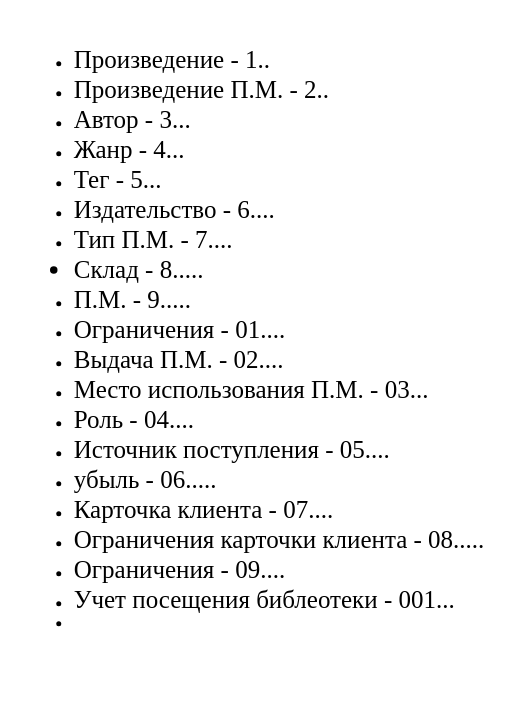
whoIsJhonGalt/repFirst keeps this draw.io diagram as page "Страница — 3" (3 of 3) of Диаграмма без названия.drawio. Above is the earlier version. Source tidied: cells renumbered, new cells numbered last; positions are measured from the earlier drawing's top-left corner, leaving out a move shared by most shapes. Both pictures are drawn from the tidied source at 125%, with x=0, y=0 at pixel (21, 21).
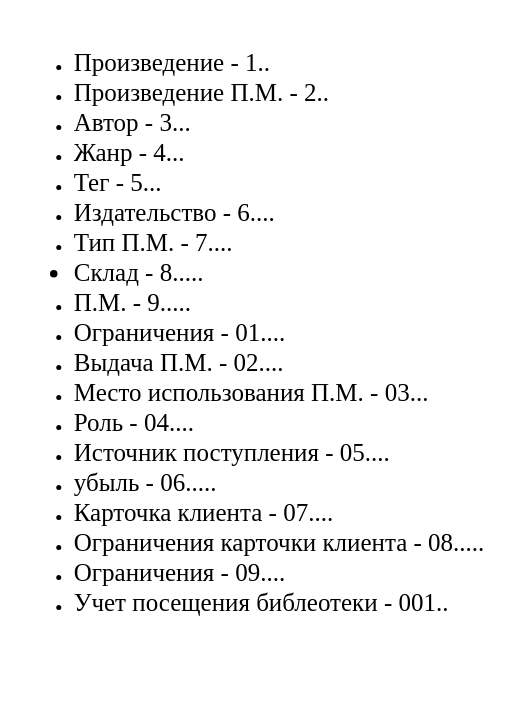
Above is the later version.

Change to the diagram source:
```diff
@@
 <mxGraphModel>
   <root>
     <mxCell id="0" />
     <mxCell id="1" parent="0" />
-    <mxCell id="2" value="&lt;ul&gt;&lt;li&gt;&lt;span style=&quot;background-color: rgb(255, 255, 255);&quot;&gt;&lt;span style=&quot;font-size: 20px;&quot;&gt;Произведение - 1..&lt;/span&gt;&lt;br&gt;&lt;/span&gt;&lt;/li&gt;&lt;li&gt;&lt;span style=&quot;background-color: rgb(255, 255, 255);&quot;&gt;&lt;span style=&quot;font-size: 20px;&quot;&gt;Произведение П.М. - 2..&lt;/span&gt;&lt;br&gt;&lt;/span&gt;&lt;/li&gt;&lt;li&gt;&lt;span style=&quot;background-color: rgb(255, 255, 255);&quot;&gt;&lt;span style=&quot;font-size: 20px;&quot;&gt;Автор - 3...&lt;/span&gt;&lt;br&gt;&lt;/span&gt;&lt;/li&gt;&lt;li&gt;&lt;span style=&quot;background-color: rgb(255, 255, 255);&quot;&gt;&lt;span style=&quot;font-size: 20px;&quot;&gt;Жанр - 4...&lt;/span&gt;&lt;br&gt;&lt;/span&gt;&lt;/li&gt;&lt;li&gt;&lt;span style=&quot;background-color: rgb(255, 255, 255);&quot;&gt;&lt;span style=&quot;font-size: 20px;&quot;&gt;Тег - 5...&lt;/span&gt;&lt;br&gt;&lt;/span&gt;&lt;/li&gt;&lt;li&gt;&lt;span style=&quot;background-color: rgb(255, 255, 255);&quot;&gt;&lt;span style=&quot;font-size: 20px;&quot;&gt;Издательство - 6....&lt;/span&gt;&lt;br&gt;&lt;/span&gt;&lt;/li&gt;&lt;li&gt;&lt;span style=&quot;background-color: rgb(255, 255, 255);&quot;&gt;&lt;span style=&quot;font-size: 20px;&quot;&gt;Тип П.М. - 7....&lt;/span&gt;&lt;br&gt;&lt;/span&gt;&lt;/li&gt;&lt;li style=&quot;font-size: 20px;&quot;&gt;&lt;span style=&quot;background-color: rgb(255, 255, 255);&quot;&gt;Склад - 8.....&lt;br&gt;&lt;/span&gt;&lt;/li&gt;&lt;li&gt;&lt;span style=&quot;background-color: rgb(255, 255, 255);&quot;&gt;&lt;span style=&quot;font-size: 20px;&quot;&gt;П.М. - 9.....&lt;/span&gt;&lt;br&gt;&lt;/span&gt;&lt;/li&gt;&lt;li&gt;&lt;span style=&quot;background-color: rgb(255, 255, 255);&quot;&gt;&lt;span style=&quot;font-size: 20px;&quot;&gt;Ограничения - 01....&lt;/span&gt;&lt;br&gt;&lt;/span&gt;&lt;/li&gt;&lt;li&gt;&lt;span style=&quot;background-color: rgb(255, 255, 255);&quot;&gt;&lt;span style=&quot;font-size: 20px;&quot;&gt;Выдача П.М. - 02....&lt;/span&gt;&lt;br&gt;&lt;/span&gt;&lt;/li&gt;&lt;li&gt;&lt;span style=&quot;background-color: rgb(255, 255, 255);&quot;&gt;&lt;span style=&quot;font-size: 20px;&quot;&gt;Место использования П.М. - 03...&lt;/span&gt;&lt;br&gt;&lt;/span&gt;&lt;/li&gt;&lt;li&gt;&lt;span style=&quot;background-color: rgb(255, 255, 255);&quot;&gt;&lt;span style=&quot;font-size: 20px;&quot;&gt;Роль - 04....&lt;/span&gt;&lt;br&gt;&lt;/span&gt;&lt;/li&gt;&lt;li&gt;&lt;span style=&quot;background-color: rgb(255, 255, 255);&quot;&gt;&lt;span style=&quot;font-size: 20px;&quot;&gt;Источник поступления - 05....&lt;/span&gt;&lt;br&gt;&lt;/span&gt;&lt;/li&gt;&lt;li&gt;&lt;span style=&quot;background-color: rgb(255, 255, 255);&quot;&gt;&lt;span style=&quot;font-size: 20px;&quot;&gt;убыль - 06.....&lt;/span&gt;&lt;br&gt;&lt;/span&gt;&lt;/li&gt;&lt;li&gt;&lt;span style=&quot;background-color: rgb(255, 255, 255);&quot;&gt;&lt;span style=&quot;font-size: 20px;&quot;&gt;Карточка клиента - 07....&lt;/span&gt;&lt;br&gt;&lt;/span&gt;&lt;/li&gt;&lt;li&gt;&lt;span style=&quot;background-color: rgb(255, 255, 255);&quot;&gt;&lt;span style=&quot;font-size: 20px;&quot;&gt;Ограничения карточки клиента - 08.....&lt;/span&gt;&lt;br&gt;&lt;/span&gt;&lt;/li&gt;&lt;li&gt;&lt;span style=&quot;background-color: rgb(255, 255, 255);&quot;&gt;&lt;span style=&quot;font-size: 20px;&quot;&gt;Ограничения - 09....&lt;/span&gt;&lt;br&gt;&lt;/span&gt;&lt;/li&gt;&lt;li&gt;&lt;span style=&quot;background-color: rgb(255, 255, 255);&quot;&gt;&lt;span style=&quot;font-size: 20px;&quot;&gt;Учет посещения библеотеки - 001...&lt;/span&gt;&lt;br&gt;&lt;/span&gt;&lt;/li&gt;&lt;li&gt;&lt;span style=&quot;background-color: rgb(255, 255, 255);&quot;&gt;&lt;br&gt;&lt;/span&gt;&lt;/li&gt;&lt;/ul&gt;&lt;font style=&quot;font-size: 20px;&quot;&gt;&lt;br&gt;&lt;/font&gt;" style="text;html=1;align=left;verticalAlign=middle;strokeColor=none;fillColor=none;fontSize=12;fontFamily=Times New Roman;fontColor=#000000;" parent="1" vertex="1">
-      <mxGeometry width="390" height="530" as="geometry" />
+    <mxCell id="2" value="&lt;ul&gt;&lt;li&gt;&lt;span style=&quot;background-color: rgb(255, 255, 255);&quot;&gt;&lt;span style=&quot;font-size: 20px;&quot;&gt;Произведение - 1..&lt;/span&gt;&lt;br&gt;&lt;/span&gt;&lt;/li&gt;&lt;li&gt;&lt;span style=&quot;background-color: rgb(255, 255, 255);&quot;&gt;&lt;span style=&quot;font-size: 20px;&quot;&gt;Произведение П.М. - 2..&lt;/span&gt;&lt;br&gt;&lt;/span&gt;&lt;/li&gt;&lt;li&gt;&lt;span style=&quot;background-color: rgb(255, 255, 255);&quot;&gt;&lt;span style=&quot;font-size: 20px;&quot;&gt;Автор - 3...&lt;/span&gt;&lt;br&gt;&lt;/span&gt;&lt;/li&gt;&lt;li&gt;&lt;span style=&quot;background-color: rgb(255, 255, 255);&quot;&gt;&lt;span style=&quot;font-size: 20px;&quot;&gt;Жанр - 4...&lt;/span&gt;&lt;br&gt;&lt;/span&gt;&lt;/li&gt;&lt;li&gt;&lt;span style=&quot;background-color: rgb(255, 255, 255);&quot;&gt;&lt;span style=&quot;font-size: 20px;&quot;&gt;Тег - 5...&lt;/span&gt;&lt;br&gt;&lt;/span&gt;&lt;/li&gt;&lt;li&gt;&lt;span style=&quot;background-color: rgb(255, 255, 255);&quot;&gt;&lt;span style=&quot;font-size: 20px;&quot;&gt;Издательство - 6....&lt;/span&gt;&lt;br&gt;&lt;/span&gt;&lt;/li&gt;&lt;li&gt;&lt;span style=&quot;background-color: rgb(255, 255, 255);&quot;&gt;&lt;span style=&quot;font-size: 20px;&quot;&gt;Тип П.М. - 7....&lt;/span&gt;&lt;br&gt;&lt;/span&gt;&lt;/li&gt;&lt;li style=&quot;font-size: 20px;&quot;&gt;&lt;span style=&quot;background-color: rgb(255, 255, 255);&quot;&gt;Склад - 8.....&lt;br&gt;&lt;/span&gt;&lt;/li&gt;&lt;li&gt;&lt;span style=&quot;background-color: rgb(255, 255, 255);&quot;&gt;&lt;span style=&quot;font-size: 20px;&quot;&gt;П.М. - 9.....&lt;/span&gt;&lt;br&gt;&lt;/span&gt;&lt;/li&gt;&lt;li&gt;&lt;span style=&quot;background-color: rgb(255, 255, 255);&quot;&gt;&lt;span style=&quot;font-size: 20px;&quot;&gt;Ограничения - 01....&lt;/span&gt;&lt;br&gt;&lt;/span&gt;&lt;/li&gt;&lt;li&gt;&lt;span style=&quot;background-color: rgb(255, 255, 255);&quot;&gt;&lt;span style=&quot;font-size: 20px;&quot;&gt;Выдача П.М. - 02....&lt;/span&gt;&lt;br&gt;&lt;/span&gt;&lt;/li&gt;&lt;li&gt;&lt;span style=&quot;background-color: rgb(255, 255, 255);&quot;&gt;&lt;span style=&quot;font-size: 20px;&quot;&gt;Место использования П.М. - 03...&lt;/span&gt;&lt;br&gt;&lt;/span&gt;&lt;/li&gt;&lt;li&gt;&lt;span style=&quot;background-color: rgb(255, 255, 255);&quot;&gt;&lt;span style=&quot;font-size: 20px;&quot;&gt;Роль - 04....&lt;/span&gt;&lt;br&gt;&lt;/span&gt;&lt;/li&gt;&lt;li&gt;&lt;span style=&quot;background-color: rgb(255, 255, 255);&quot;&gt;&lt;span style=&quot;font-size: 20px;&quot;&gt;Источник поступления - 05....&lt;/span&gt;&lt;br&gt;&lt;/span&gt;&lt;/li&gt;&lt;li&gt;&lt;span style=&quot;background-color: rgb(255, 255, 255);&quot;&gt;&lt;span style=&quot;font-size: 20px;&quot;&gt;убыль - 06.....&lt;/span&gt;&lt;br&gt;&lt;/span&gt;&lt;/li&gt;&lt;li&gt;&lt;span style=&quot;background-color: rgb(255, 255, 255);&quot;&gt;&lt;span style=&quot;font-size: 20px;&quot;&gt;Карточка клиента - 07....&lt;/span&gt;&lt;br&gt;&lt;/span&gt;&lt;/li&gt;&lt;li&gt;&lt;span style=&quot;background-color: rgb(255, 255, 255);&quot;&gt;&lt;span style=&quot;font-size: 20px;&quot;&gt;Ограничения карточки клиента - 08.....&lt;/span&gt;&lt;br&gt;&lt;/span&gt;&lt;/li&gt;&lt;li&gt;&lt;span style=&quot;background-color: rgb(255, 255, 255);&quot;&gt;&lt;span style=&quot;font-size: 20px;&quot;&gt;Ограничения - 09....&lt;/span&gt;&lt;br&gt;&lt;/span&gt;&lt;/li&gt;&lt;li&gt;&lt;span style=&quot;background-color: rgb(255, 255, 255);&quot;&gt;&lt;span style=&quot;font-size: 20px;&quot;&gt;Учет посещения библеотеки - 001..&lt;/span&gt;&lt;/span&gt;&lt;/li&gt;&lt;/ul&gt;&lt;font style=&quot;font-size: 20px;&quot;&gt;&lt;br&gt;&lt;/font&gt;" style="text;html=1;align=left;verticalAlign=middle;strokeColor=none;fillColor=none;fontSize=12;fontFamily=Times New Roman;fontColor=#000000;" parent="1" vertex="1">
+      <mxGeometry width="390" height="520" as="geometry" />
     </mxCell>
   </root>
 </mxGraphModel>
```
